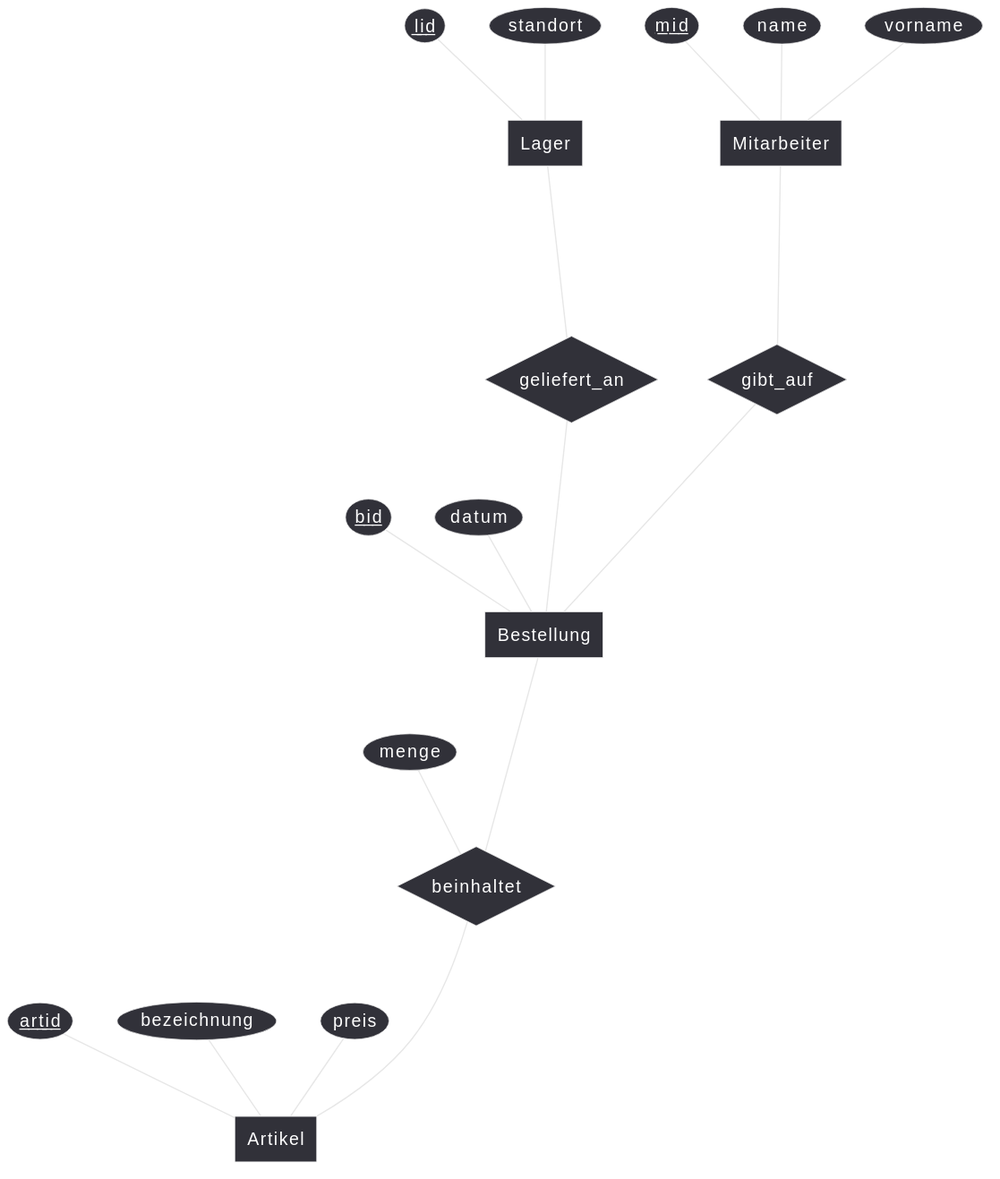
Above: assets/imgsql/sec7/lvl33-1.svg in OnlyCook/abitur-elite-code (PlantUML), before the change.
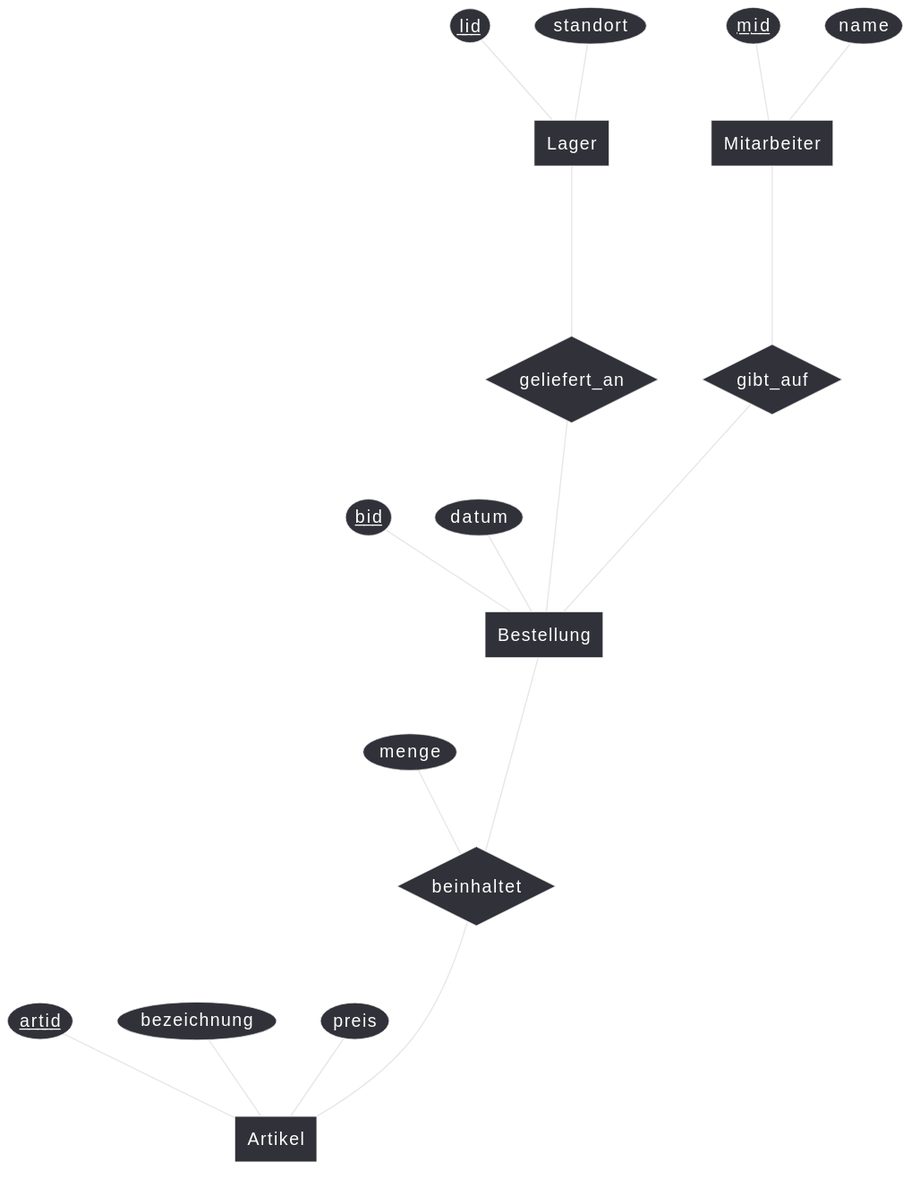
After the commit.

What changed in the source:
```diff
@@ -4,7 +4,6 @@
 entity Mitarbeiter {
     mid <<key>>
     name
-    vorname
 }
 entity Bestellung {
     bid <<key>>
```
